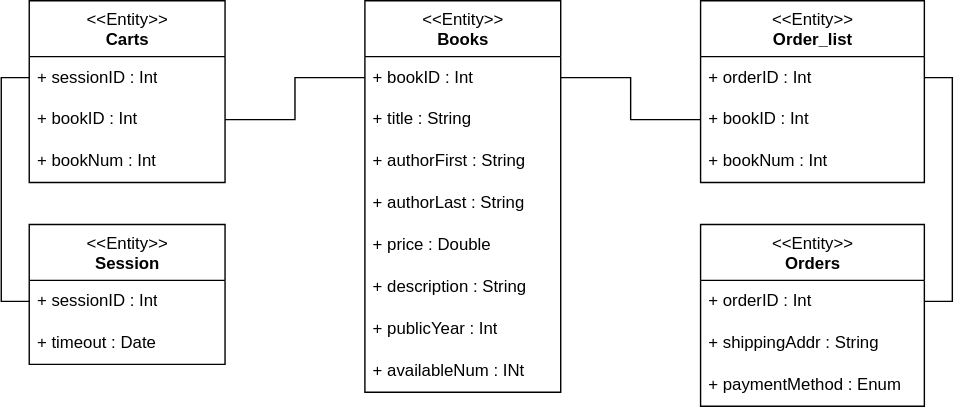
Above: LAB01/book store.svg in ouoam/CE_SAD (draw.io), before the change. Source tidied: cells renumbered, new cells last; positions are measured from the earlier drawing's top-left corner, leaving out a move shared by most shapes. The source it was exported from:
```xml
<mxGraphModel>
  <root>
    <mxCell id="0" />
    <mxCell id="1" parent="0" />
    <mxCell id="2" value="&amp;lt;&amp;lt;Entity&amp;gt;&amp;gt;&lt;br&gt;&lt;b&gt;Books&lt;/b&gt;" style="swimlane;fontStyle=0;align=center;verticalAlign=top;horizontal=1;startSize=40;html=1;" parent="1" vertex="1">
      <mxGeometry x="240" width="140" height="280" as="geometry" />
    </mxCell>
    <mxCell id="3" value="+ bookID : Int" style="text;html=1;strokeColor=none;fillColor=none;align=left;verticalAlign=middle;spacingLeft=4;spacingRight=4;overflow=hidden;points=[[0,0.5],[1,0.5]];portConstraint=eastwest;" parent="2" vertex="1">
      <mxGeometry y="40" width="140" height="30" as="geometry" />
    </mxCell>
    <mxCell id="4" value="+ title : String" style="text;html=1;strokeColor=none;fillColor=none;align=left;verticalAlign=middle;spacingLeft=4;spacingRight=4;overflow=hidden;" parent="2" vertex="1">
      <mxGeometry y="70" width="140" height="30" as="geometry" />
    </mxCell>
    <mxCell id="5" value="+ authorFirst : String" style="text;html=1;strokeColor=none;fillColor=none;align=left;verticalAlign=middle;spacingLeft=4;spacingRight=4;overflow=hidden;" parent="2" vertex="1">
      <mxGeometry y="100" width="140" height="30" as="geometry" />
    </mxCell>
    <mxCell id="6" value="+ authorLast : String" style="text;html=1;strokeColor=none;fillColor=none;align=left;verticalAlign=middle;spacingLeft=4;spacingRight=4;overflow=hidden;" parent="2" vertex="1">
      <mxGeometry y="130" width="140" height="30" as="geometry" />
    </mxCell>
    <mxCell id="7" value="+ price : Double" style="text;html=1;strokeColor=none;fillColor=none;align=left;verticalAlign=middle;spacingLeft=4;spacingRight=4;overflow=hidden;" parent="2" vertex="1">
      <mxGeometry y="160" width="140" height="30" as="geometry" />
    </mxCell>
    <mxCell id="8" value="+ description : String" style="text;html=1;strokeColor=none;fillColor=none;align=left;verticalAlign=middle;spacingLeft=4;spacingRight=4;overflow=hidden;" parent="2" vertex="1">
      <mxGeometry y="190" width="140" height="30" as="geometry" />
    </mxCell>
    <mxCell id="9" value="+ publicYear : Int" style="text;html=1;strokeColor=none;fillColor=none;align=left;verticalAlign=middle;spacingLeft=4;spacingRight=4;overflow=hidden;" parent="2" vertex="1">
      <mxGeometry y="220" width="140" height="30" as="geometry" />
    </mxCell>
    <mxCell id="10" value="+ availableNum : INt&amp;nbsp;" style="text;html=1;strokeColor=none;fillColor=none;align=left;verticalAlign=middle;spacingLeft=4;spacingRight=4;overflow=hidden;" parent="2" vertex="1">
      <mxGeometry y="250" width="140" height="30" as="geometry" />
    </mxCell>
    <mxCell id="11" value="&amp;lt;&amp;lt;Entity&amp;gt;&amp;gt;&lt;br&gt;&lt;b&gt;Carts&lt;/b&gt;" style="swimlane;fontStyle=0;align=center;verticalAlign=top;horizontal=1;startSize=40;html=1;" parent="1" vertex="1">
      <mxGeometry width="140" height="130" as="geometry" />
    </mxCell>
    <mxCell id="12" value="+ sessionID : Int" style="text;html=1;strokeColor=none;fillColor=none;align=left;verticalAlign=middle;spacingLeft=4;spacingRight=4;overflow=hidden;points=[[0,0.5],[1,0.5]];portConstraint=eastwest;" parent="11" vertex="1">
      <mxGeometry y="40" width="140" height="30" as="geometry" />
    </mxCell>
    <mxCell id="13" value="+ bookID : Int" style="text;html=1;strokeColor=none;fillColor=none;align=left;verticalAlign=middle;spacingLeft=4;spacingRight=4;overflow=hidden;points=[[0,0.5],[1,0.5]];portConstraint=eastwest;" parent="11" vertex="1">
      <mxGeometry y="70" width="140" height="30" as="geometry" />
    </mxCell>
    <mxCell id="14" value="+ bookNum : Int" style="text;html=1;strokeColor=none;fillColor=none;align=left;verticalAlign=middle;spacingLeft=4;spacingRight=4;overflow=hidden;" parent="11" vertex="1">
      <mxGeometry y="100" width="140" height="30" as="geometry" />
    </mxCell>
    <mxCell id="15" style="edgeStyle=orthogonalEdgeStyle;rounded=0;jettySize=auto;html=1;exitX=1;exitY=0.5;exitDx=0;exitDy=0;entryX=0;entryY=0.5;entryDx=0;entryDy=0;endArrow=none;endFill=0;" parent="1" edge="1" source="13" target="3">
      <mxGeometry relative="1" as="geometry" />
    </mxCell>
    <mxCell id="16" value="&amp;lt;&amp;lt;Entity&amp;gt;&amp;gt;&lt;br&gt;&lt;b&gt;Session&lt;/b&gt;" style="swimlane;fontStyle=0;align=center;verticalAlign=top;horizontal=1;startSize=40;html=1;" parent="1" vertex="1">
      <mxGeometry y="160" width="140" height="100" as="geometry" />
    </mxCell>
    <mxCell id="17" value="+ sessionID : Int" style="text;html=1;strokeColor=none;fillColor=none;align=left;verticalAlign=middle;spacingLeft=4;spacingRight=4;overflow=hidden;points=[[0,0.5],[1,0.5]];portConstraint=eastwest;" parent="16" vertex="1">
      <mxGeometry y="40" width="140" height="30" as="geometry" />
    </mxCell>
    <mxCell id="18" value="+ timeout : Date" style="text;html=1;strokeColor=none;fillColor=none;align=left;verticalAlign=middle;spacingLeft=4;spacingRight=4;overflow=hidden;" parent="16" vertex="1">
      <mxGeometry y="70" width="140" height="30" as="geometry" />
    </mxCell>
    <mxCell id="19" style="edgeStyle=orthogonalEdgeStyle;rounded=0;jettySize=auto;html=1;exitX=0;exitY=0.5;exitDx=0;exitDy=0;entryX=0;entryY=0.5;entryDx=0;entryDy=0;endArrow=none;endFill=0;" parent="1" edge="1" source="17" target="12">
      <mxGeometry relative="1" as="geometry" />
    </mxCell>
    <mxCell id="20" value="&amp;lt;&amp;lt;Entity&amp;gt;&amp;gt;&lt;br&gt;&lt;b&gt;Orders&lt;/b&gt;" style="swimlane;fontStyle=0;align=center;verticalAlign=top;horizontal=1;startSize=40;html=1;" parent="1" vertex="1">
      <mxGeometry x="480" y="160" width="160" height="130" as="geometry" />
    </mxCell>
    <mxCell id="21" value="+ orderID : Int" style="text;html=1;strokeColor=none;fillColor=none;align=left;verticalAlign=middle;spacingLeft=4;spacingRight=4;overflow=hidden;points=[[0,0.5],[1,0.5]];portConstraint=eastwest;" parent="20" vertex="1">
      <mxGeometry y="40" width="160" height="30" as="geometry" />
    </mxCell>
    <mxCell id="22" value="+ shippingAddr : String" style="text;html=1;strokeColor=none;fillColor=none;align=left;verticalAlign=middle;spacingLeft=4;spacingRight=4;overflow=hidden;" parent="20" vertex="1">
      <mxGeometry y="70" width="160" height="30" as="geometry" />
    </mxCell>
    <mxCell id="23" value="+ paymentMethod : Enum" style="text;html=1;strokeColor=none;fillColor=none;align=left;verticalAlign=middle;spacingLeft=4;spacingRight=4;overflow=hidden;" parent="20" vertex="1">
      <mxGeometry y="100" width="160" height="30" as="geometry" />
    </mxCell>
    <mxCell id="24" value="&amp;lt;&amp;lt;Entity&amp;gt;&amp;gt;&lt;br&gt;&lt;b&gt;Order_list&lt;/b&gt;" style="swimlane;fontStyle=0;align=center;verticalAlign=top;horizontal=1;startSize=40;html=1;" parent="1" vertex="1">
      <mxGeometry x="480" width="160" height="130" as="geometry" />
    </mxCell>
    <mxCell id="25" value="+ orderID : Int" style="text;html=1;strokeColor=none;fillColor=none;align=left;verticalAlign=middle;spacingLeft=4;spacingRight=4;overflow=hidden;points=[[0,0.5],[1,0.5]];portConstraint=eastwest;" parent="24" vertex="1">
      <mxGeometry y="40" width="160" height="30" as="geometry" />
    </mxCell>
    <mxCell id="26" value="+ bookID : Int" style="text;html=1;strokeColor=none;fillColor=none;align=left;verticalAlign=middle;spacingLeft=4;spacingRight=4;overflow=hidden;points=[[0,0.5],[1,0.5]];portConstraint=eastwest;" parent="24" vertex="1">
      <mxGeometry y="70" width="160" height="30" as="geometry" />
    </mxCell>
    <mxCell id="27" value="+ bookNum : Int" style="text;html=1;strokeColor=none;fillColor=none;align=left;verticalAlign=middle;spacingLeft=4;spacingRight=4;overflow=hidden;" parent="24" vertex="1">
      <mxGeometry y="100" width="160" height="30" as="geometry" />
    </mxCell>
    <mxCell id="28" style="edgeStyle=orthogonalEdgeStyle;rounded=0;jettySize=auto;html=1;exitX=0;exitY=0.5;exitDx=0;exitDy=0;entryX=1;entryY=0.5;entryDx=0;entryDy=0;endArrow=none;endFill=0;" parent="1" edge="1" source="26" target="3">
      <mxGeometry relative="1" as="geometry" />
    </mxCell>
    <mxCell id="29" style="edgeStyle=orthogonalEdgeStyle;rounded=0;jettySize=auto;html=1;exitX=1;exitY=0.5;exitDx=0;exitDy=0;endArrow=none;endFill=0;" parent="1" edge="1" source="25" target="21">
      <mxGeometry relative="1" as="geometry" />
    </mxCell>
  </root>
</mxGraphModel>
```
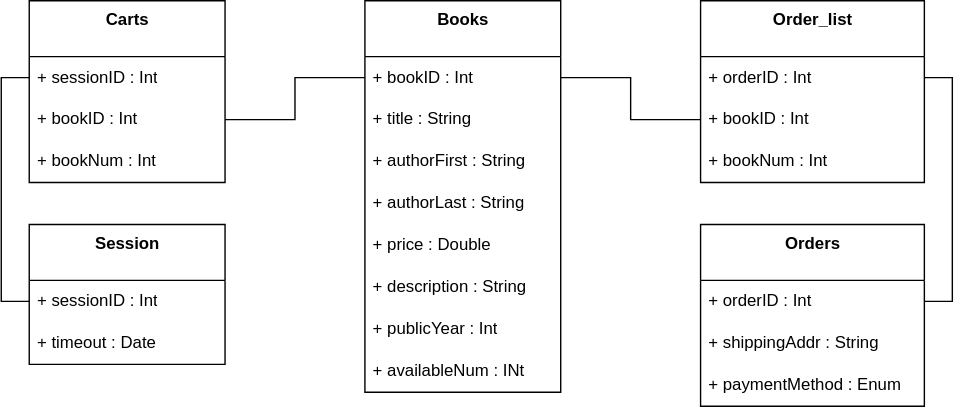
The same diagram one commit later.

Change to the diagram source:
```diff
@@ -2,7 +2,7 @@
   <root>
     <mxCell id="0" />
     <mxCell id="1" parent="0" />
-    <mxCell id="2" value="&amp;lt;&amp;lt;Entity&amp;gt;&amp;gt;&lt;br&gt;&lt;b&gt;Books&lt;/b&gt;" style="swimlane;fontStyle=0;align=center;verticalAlign=top;horizontal=1;startSize=40;html=1;" parent="1" vertex="1">
+    <mxCell id="2" value="&lt;b&gt;Books&lt;/b&gt;" style="swimlane;fontStyle=0;align=center;verticalAlign=top;horizontal=1;startSize=40;html=1;" parent="1" vertex="1">
       <mxGeometry x="240" width="140" height="280" as="geometry" />
     </mxCell>
     <mxCell id="3" value="+ bookID : Int" style="text;html=1;strokeColor=none;fillColor=none;align=left;verticalAlign=middle;spacingLeft=4;spacingRight=4;overflow=hidden;points=[[0,0.5],[1,0.5]];portConstraint=eastwest;" parent="2" vertex="1">
@@ -29,7 +29,7 @@
     <mxCell id="10" value="+ availableNum : INt&amp;nbsp;" style="text;html=1;strokeColor=none;fillColor=none;align=left;verticalAlign=middle;spacingLeft=4;spacingRight=4;overflow=hidden;" parent="2" vertex="1">
       <mxGeometry y="250" width="140" height="30" as="geometry" />
     </mxCell>
-    <mxCell id="11" value="&amp;lt;&amp;lt;Entity&amp;gt;&amp;gt;&lt;br&gt;&lt;b&gt;Carts&lt;/b&gt;" style="swimlane;fontStyle=0;align=center;verticalAlign=top;horizontal=1;startSize=40;html=1;" parent="1" vertex="1">
+    <mxCell id="11" value="&lt;b&gt;Carts&lt;/b&gt;" style="swimlane;fontStyle=0;align=center;verticalAlign=top;horizontal=1;startSize=40;html=1;" parent="1" vertex="1">
       <mxGeometry width="140" height="130" as="geometry" />
     </mxCell>
     <mxCell id="12" value="+ sessionID : Int" style="text;html=1;strokeColor=none;fillColor=none;align=left;verticalAlign=middle;spacingLeft=4;spacingRight=4;overflow=hidden;points=[[0,0.5],[1,0.5]];portConstraint=eastwest;" parent="11" vertex="1">
@@ -44,7 +44,7 @@
     <mxCell id="15" style="edgeStyle=orthogonalEdgeStyle;rounded=0;jettySize=auto;html=1;exitX=1;exitY=0.5;exitDx=0;exitDy=0;entryX=0;entryY=0.5;entryDx=0;entryDy=0;endArrow=none;endFill=0;" parent="1" edge="1" source="13" target="3">
       <mxGeometry relative="1" as="geometry" />
     </mxCell>
-    <mxCell id="16" value="&amp;lt;&amp;lt;Entity&amp;gt;&amp;gt;&lt;br&gt;&lt;b&gt;Session&lt;/b&gt;" style="swimlane;fontStyle=0;align=center;verticalAlign=top;horizontal=1;startSize=40;html=1;" parent="1" vertex="1">
+    <mxCell id="16" value="&lt;b&gt;Session&lt;/b&gt;" style="swimlane;fontStyle=0;align=center;verticalAlign=top;horizontal=1;startSize=40;html=1;" parent="1" vertex="1">
       <mxGeometry y="160" width="140" height="100" as="geometry" />
     </mxCell>
     <mxCell id="17" value="+ sessionID : Int" style="text;html=1;strokeColor=none;fillColor=none;align=left;verticalAlign=middle;spacingLeft=4;spacingRight=4;overflow=hidden;points=[[0,0.5],[1,0.5]];portConstraint=eastwest;" parent="16" vertex="1">
@@ -56,7 +56,7 @@
     <mxCell id="19" style="edgeStyle=orthogonalEdgeStyle;rounded=0;jettySize=auto;html=1;exitX=0;exitY=0.5;exitDx=0;exitDy=0;entryX=0;entryY=0.5;entryDx=0;entryDy=0;endArrow=none;endFill=0;" parent="1" edge="1" source="17" target="12">
       <mxGeometry relative="1" as="geometry" />
     </mxCell>
-    <mxCell id="20" value="&amp;lt;&amp;lt;Entity&amp;gt;&amp;gt;&lt;br&gt;&lt;b&gt;Orders&lt;/b&gt;" style="swimlane;fontStyle=0;align=center;verticalAlign=top;horizontal=1;startSize=40;html=1;" parent="1" vertex="1">
+    <mxCell id="20" value="&lt;b&gt;Orders&lt;/b&gt;" style="swimlane;fontStyle=0;align=center;verticalAlign=top;horizontal=1;startSize=40;html=1;" parent="1" vertex="1">
       <mxGeometry x="480" y="160" width="160" height="130" as="geometry" />
     </mxCell>
     <mxCell id="21" value="+ orderID : Int" style="text;html=1;strokeColor=none;fillColor=none;align=left;verticalAlign=middle;spacingLeft=4;spacingRight=4;overflow=hidden;points=[[0,0.5],[1,0.5]];portConstraint=eastwest;" parent="20" vertex="1">
@@ -68,7 +68,7 @@
     <mxCell id="23" value="+ paymentMethod : Enum" style="text;html=1;strokeColor=none;fillColor=none;align=left;verticalAlign=middle;spacingLeft=4;spacingRight=4;overflow=hidden;" parent="20" vertex="1">
       <mxGeometry y="100" width="160" height="30" as="geometry" />
     </mxCell>
-    <mxCell id="24" value="&amp;lt;&amp;lt;Entity&amp;gt;&amp;gt;&lt;br&gt;&lt;b&gt;Order_list&lt;/b&gt;" style="swimlane;fontStyle=0;align=center;verticalAlign=top;horizontal=1;startSize=40;html=1;" parent="1" vertex="1">
+    <mxCell id="24" value="&lt;b&gt;Order_list&lt;/b&gt;" style="swimlane;fontStyle=0;align=center;verticalAlign=top;horizontal=1;startSize=40;html=1;" parent="1" vertex="1">
       <mxGeometry x="480" width="160" height="130" as="geometry" />
     </mxCell>
     <mxCell id="25" value="+ orderID : Int" style="text;html=1;strokeColor=none;fillColor=none;align=left;verticalAlign=middle;spacingLeft=4;spacingRight=4;overflow=hidden;points=[[0,0.5],[1,0.5]];portConstraint=eastwest;" parent="24" vertex="1">
```
